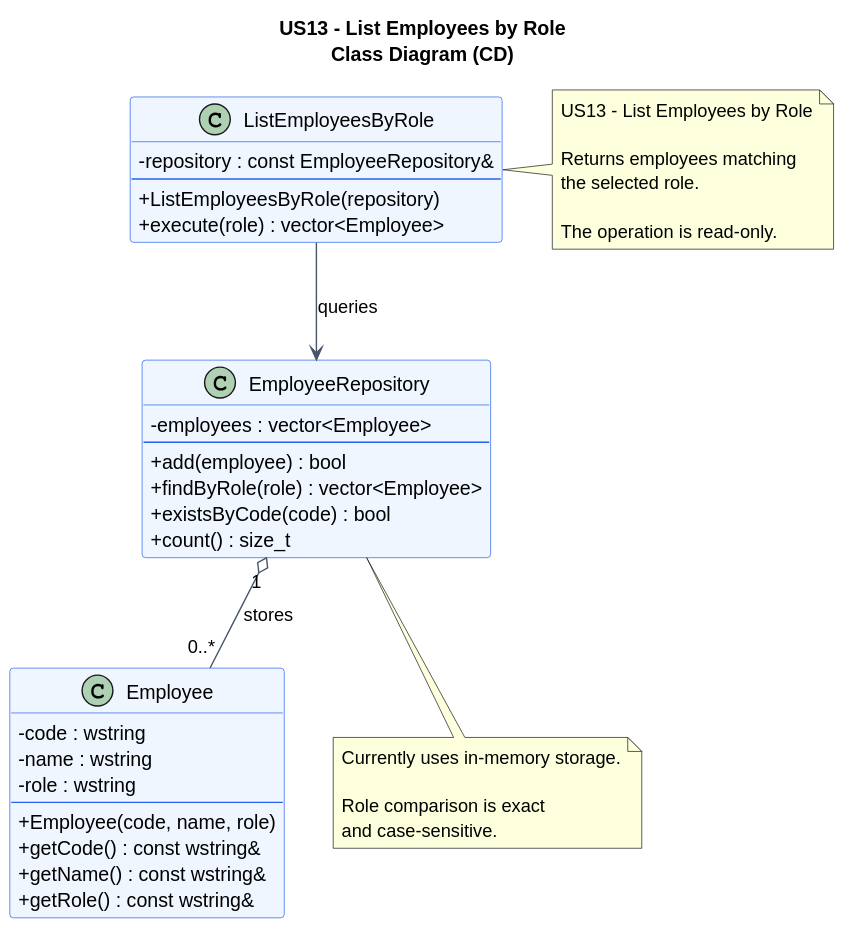
The PlantUML diagram docs/system-documentation/US13/svg/US13-CD.svg in jmaia574/leti-esoft-26-27-B6, before a commit. Source of this version:
```plantuml
@startuml
title US13 - List Employees by Role\nClass Diagram (CD)

skinparam backgroundColor #FFFFFF
skinparam shadowing false
skinparam classAttributeIconSize 0
skinparam classBorderColor #2563EB
skinparam classBackgroundColor #EFF6FF
skinparam ArrowColor #475569

class Employee {
    - code : wstring
    - name : wstring
    - role : wstring
    --
    + Employee(code, name, role)
    + getCode() : const wstring&
    + getName() : const wstring&
    + getRole() : const wstring&
}

class EmployeeRepository {
    - employees : vector<Employee>
    --
    + add(employee) : bool
    + findByRole(role) : vector<Employee>
    + existsByCode(code) : bool
    + count() : size_t
}

class ListEmployeesByRole {
    - repository : const EmployeeRepository&
    --
    + ListEmployeesByRole(repository)
    + execute(role) : vector<Employee>
}

EmployeeRepository "1" o-- "0..*" Employee : stores

ListEmployeesByRole --> EmployeeRepository : queries

note right of ListEmployeesByRole
US13 - List Employees by Role

Returns employees matching
the selected role.

The operation is read-only.
end note

note bottom of EmployeeRepository
Currently uses in-memory storage.

Role comparison is exact
and case-sensitive.
end note
@enduml
```
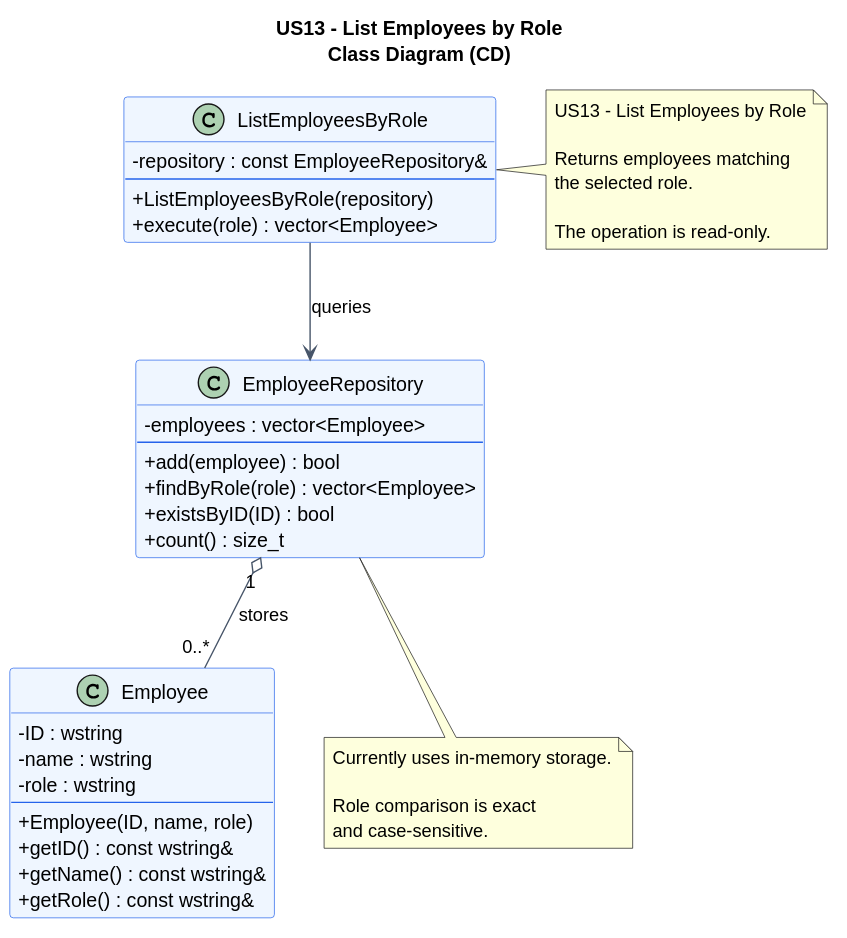
The same file after the commit.

Diff of the diagram source:
```diff
@@ -9,12 +9,12 @@
 skinparam ArrowColor #475569
 
 class Employee {
-    - code : wstring
+    - ID : wstring
     - name : wstring
     - role : wstring
     --
-    + Employee(code, name, role)
-    + getCode() : const wstring&
+    + Employee(ID, name, role)
+    + getID() : const wstring&
     + getName() : const wstring&
     + getRole() : const wstring&
 }
@@ -24,7 +24,7 @@
     --
     + add(employee) : bool
     + findByRole(role) : vector<Employee>
-    + existsByCode(code) : bool
+    + existsByID(ID) : bool
     + count() : size_t
 }
 
```
